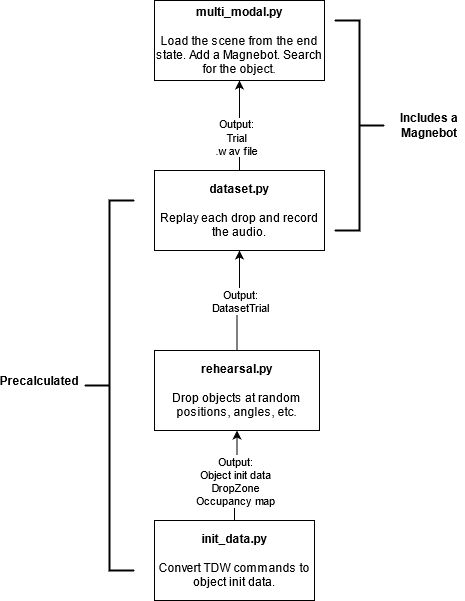
Above: doc/images/dataset.png in alters-mit/multimodal_challenge (draw.io), before the change. Source tidied: cells renumbered, new cells last; positions are measured from the earlier drawing's top-left corner, leaving out a move shared by most shapes.
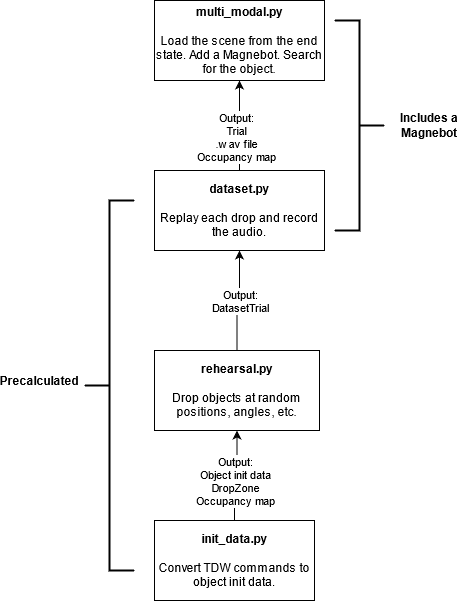
Later version of the same file.

Commit message:
Added occupancy maps per dataset trial. Added improved version checking.

What changed in the source:
```diff
@@ -16,7 +16,7 @@
     <mxCell id="5" style="edgeStyle=orthogonalEdgeStyle;rounded=0;jettySize=auto;html=1;" parent="1" edge="1" source="7" target="8">
       <mxGeometry relative="1" as="geometry" />
     </mxCell>
-    <mxCell id="6" value="&lt;div&gt;Output: &lt;br&gt;&lt;/div&gt;&lt;div&gt;Trial&lt;br&gt;&lt;/div&gt;&lt;div&gt;.wav file&lt;br&gt;&lt;/div&gt;" style="edgeLabel;html=1;align=center;verticalAlign=middle;" parent="5" vertex="1">
+    <mxCell id="6" value="&lt;div&gt;Output: &lt;br&gt;&lt;/div&gt;&lt;div&gt;Trial&lt;br&gt;&lt;/div&gt;&lt;div&gt;.wav file&lt;br&gt;&lt;/div&gt;&lt;div&gt;Occupancy map&lt;br&gt;&lt;/div&gt;" style="edgeLabel;html=1;align=center;verticalAlign=middle;" parent="5" vertex="1">
       <mxGeometry x="-0.24" y="4" relative="1" as="geometry" />
     </mxCell>
     <mxCell id="7" value="&lt;div&gt;&lt;b&gt;dataset.py&lt;/b&gt;&lt;/div&gt;&lt;div&gt;&lt;b&gt;&lt;br&gt;&lt;/b&gt;&lt;/div&gt;&lt;div&gt;Replay each drop and record the audio.&lt;br&gt;&lt;/div&gt;" style="whiteSpace=wrap;html=1;rounded=0;" parent="1" vertex="1">
```
